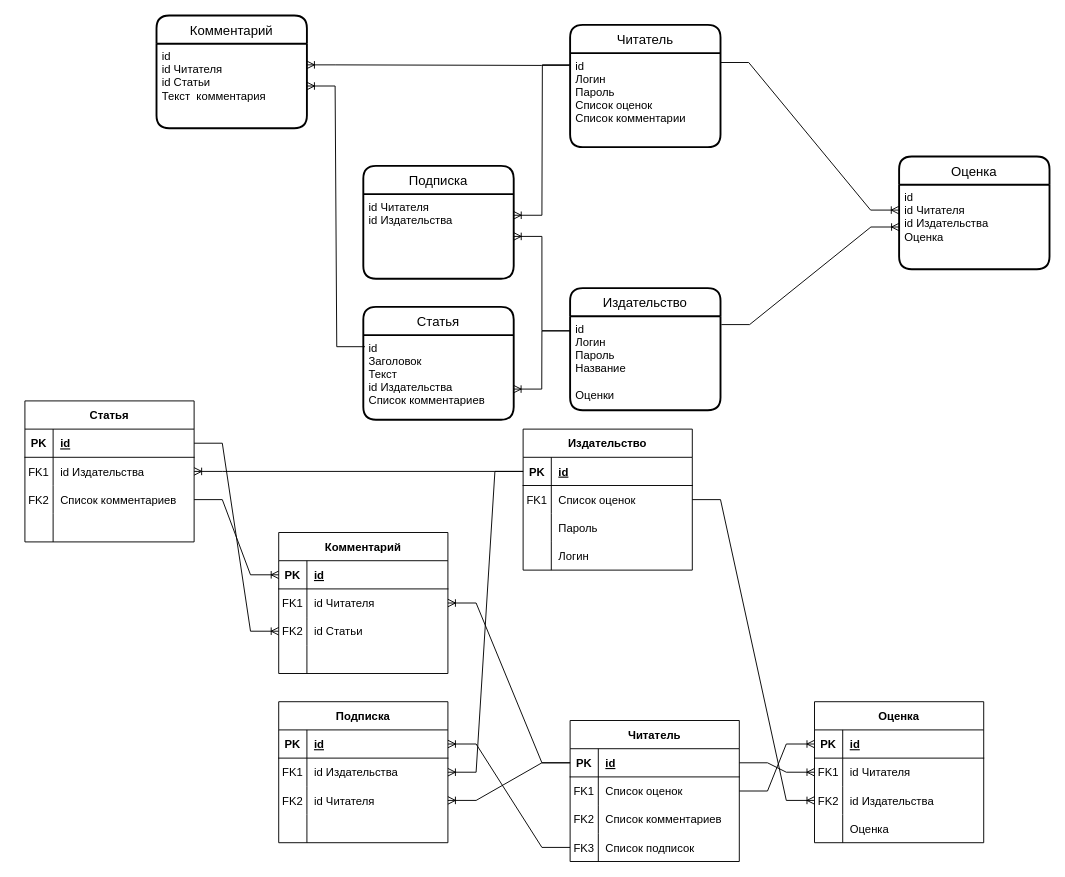
The draw.io diagram erd2.drawio in r0mpll/DataBase, before the edit. Source tidied: cells renumbered, new cells numbered last; positions are measured from the earlier drawing's top-left corner, leaving out a move shared by most shapes. Both pictures are drawn from the tidied source at 94%, with x=0, y=0 at pixel (24, 15).
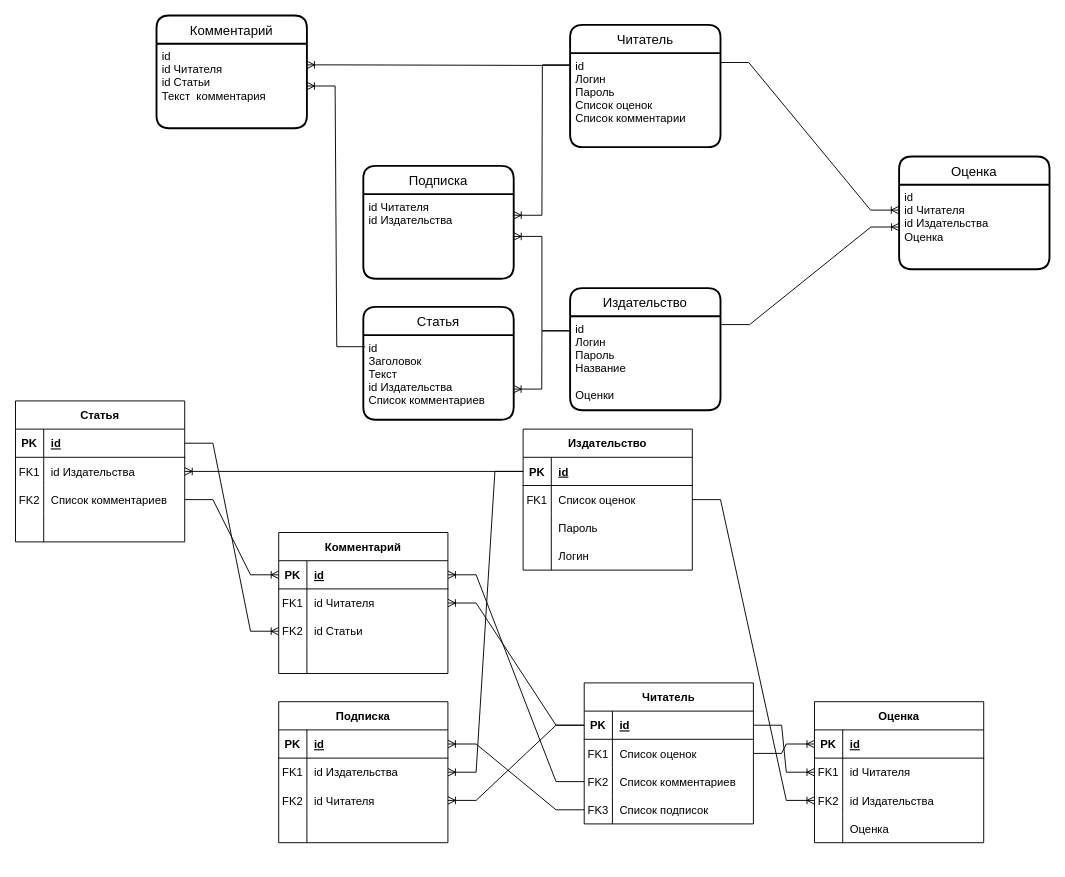
After the change.

The change refers to these unchanged cells:
```xml
<mxCell id="28" style="shape=tableRow;horizontal=0;startSize=0;swimlaneHead=0;swimlaneBody=0;fillColor=none;points=[[0,0.5],[1,0.5]];portConstraint=eastwest;top=0;left=0;right=0;bottom=0;" parent="21" vertex="1">
  <mxGeometry y="90" width="180" height="30" as="geometry" />
</mxCell>
<mxCell id="80" style="shape=tableRow;horizontal=0;startSize=0;swimlaneHead=0;swimlaneBody=0;fillColor=none;points=[[0,0.5],[1,0.5]];portConstraint=eastwest;top=0;left=0;right=0;bottom=1;" parent="79" vertex="1">
  <mxGeometry y="30" width="180" height="30" as="geometry" />
</mxCell>
```

The edit, as a diff of the source:
```diff
@@
     <mxCell id="21" value="Читатель" style="shape=table;startSize=30;childLayout=tableLayout;rowLines=0;fontStyle=1;align=center;" parent="1" vertex="1">
-      <mxGeometry x="580" y="750" width="180" height="150" as="geometry" />
+      <mxGeometry x="595" y="710" width="180" height="150" as="geometry" />
     </mxCell>
@@
     <mxCell id="93" value="Статья" style="shape=table;startSize=30;childLayout=tableLayout;rowLines=0;fontStyle=1;align=center;" parent="1" vertex="1">
-      <mxGeometry y="410" width="180" height="150" as="geometry" />
+      <mxGeometry x="-10" y="410" width="180" height="150" as="geometry" />
     </mxCell>
@@
+    <mxCell id="109" style="edgeStyle=entityRelationEdgeStyle;fontSize=12;html=1;endArrow=ERoneToMany;rounded=0;exitX=0;exitY=0.5;exitDx=0;exitDy=0;entryX=1;entryY=0.5;entryDx=0;entryDy=0;" parent="1" edge="1" source="28" target="80">
+      <mxGeometry relative="1" as="geometry" />
+    </mxCell>
```
